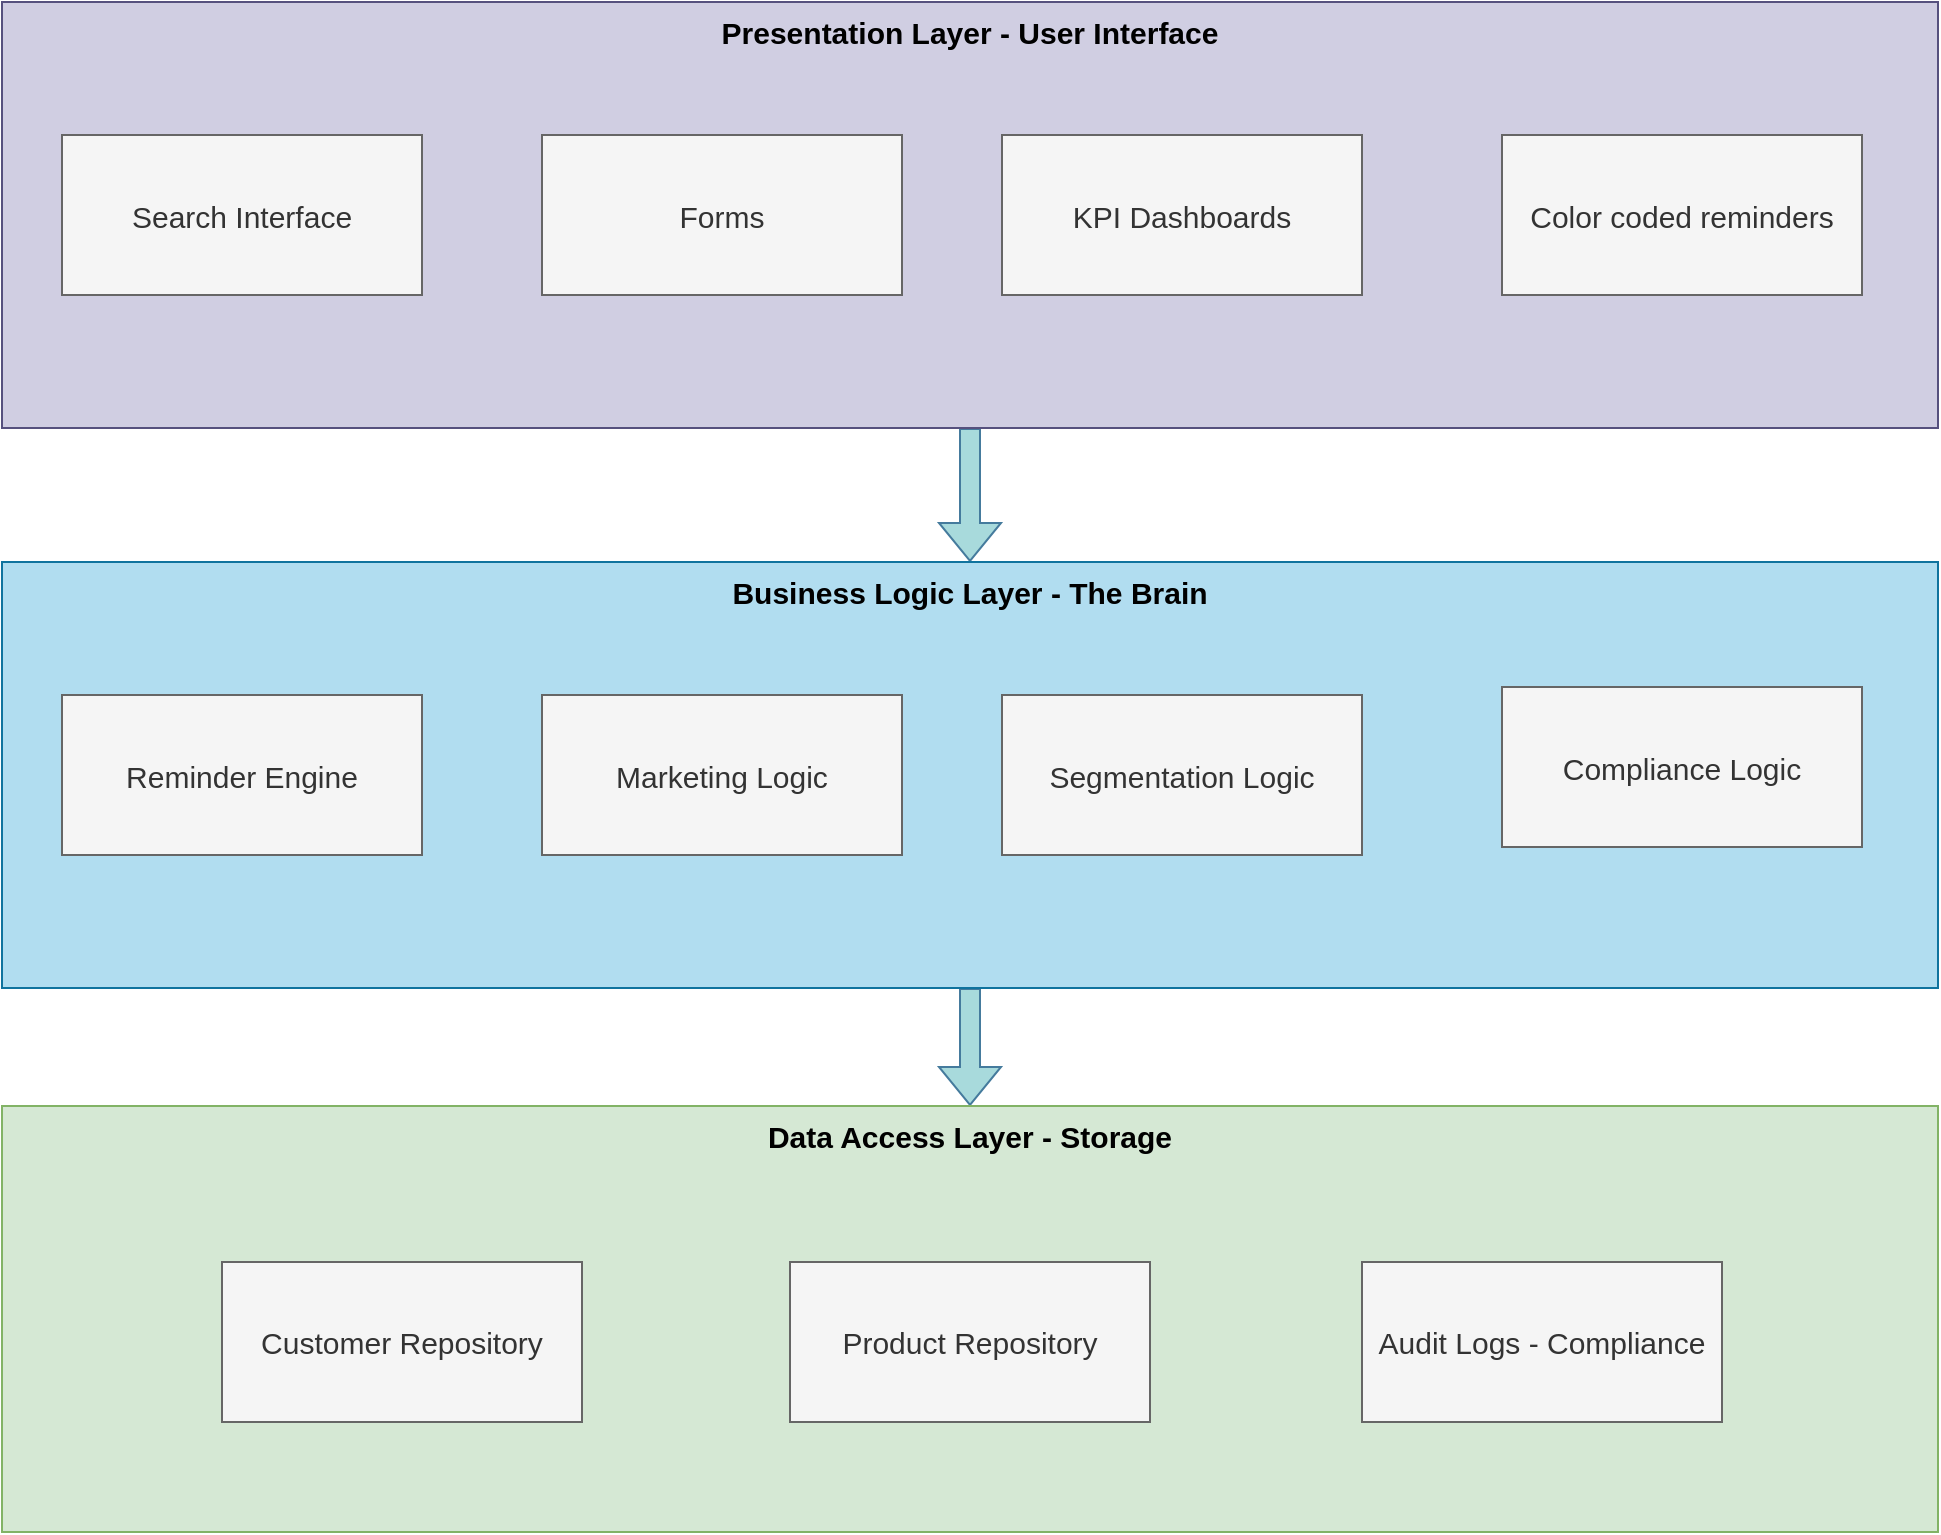
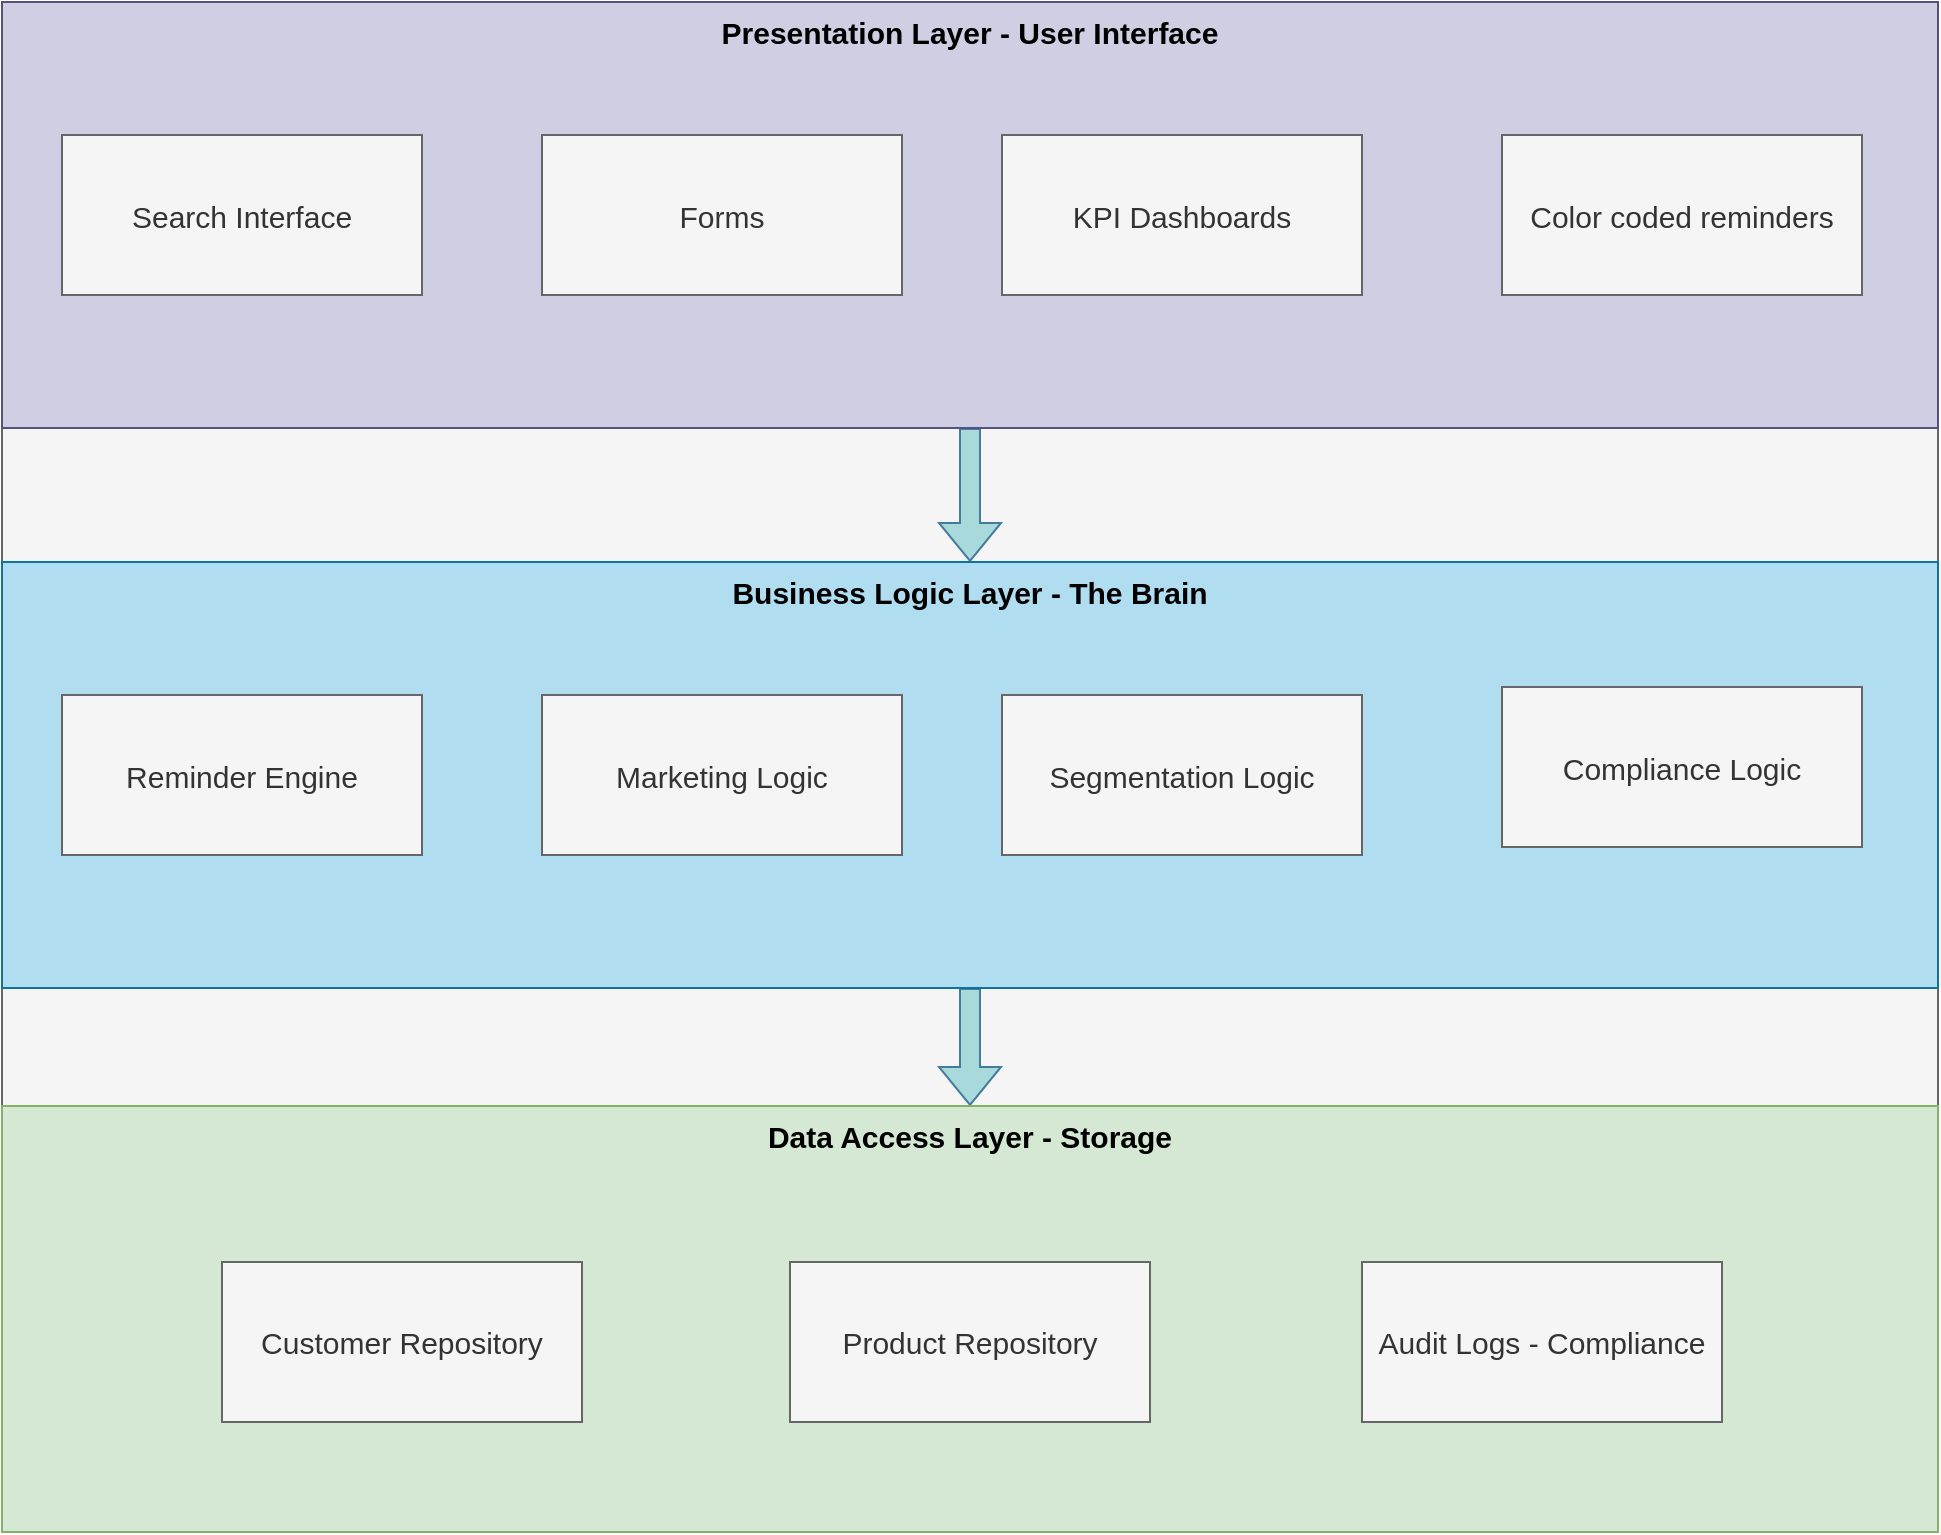
<mxfile host="app.diagrams.net">
  <diagram name="Page-1" id="rzQWO-UZ_i-Tf4SFNjvC">
    <mxGraphModel dx="2183" dy="1145" grid="0" gridSize="10" guides="1" tooltips="1" connect="1" arrows="1" fold="1" page="0" pageScale="1" pageWidth="850" pageHeight="1100" math="0" shadow="0">
      <root>
        <mxCell id="0" />
        <mxCell id="1" parent="0" />
-         <mxCell id="PBBCu93Tfc4GVCu-7nrd-8" connectable="0" parent="1" style="group" value="" vertex="1">
+         <mxCell id="PBBCu93Tfc4GVCu-7nrd-8" connectable="0" parent="1" style="group;fillColor=#f5f5f5;fontColor=#333333;strokeColor=#666666;" value="" vertex="1">
          <mxGeometry height="765" width="968" x="-120" y="120" as="geometry" />
        </mxCell>
        <mxCell id="PBBCu93Tfc4GVCu-7nrd-5" edge="1" parent="PBBCu93Tfc4GVCu-7nrd-8" source="PBBCu93Tfc4GVCu-7nrd-2" style="edgeStyle=orthogonalEdgeStyle;rounded=0;orthogonalLoop=1;jettySize=auto;html=1;exitX=0.5;exitY=1;exitDx=0;exitDy=0;entryX=0.5;entryY=0;entryDx=0;entryDy=0;strokeColor=#457B9D;fontColor=#1D3557;fillColor=#A8DADC;shape=flexArrow;" target="PBBCu93Tfc4GVCu-7nrd-3">
          <mxGeometry relative="1" as="geometry" />
        </mxCell>
        <mxCell id="PBBCu93Tfc4GVCu-7nrd-2" parent="PBBCu93Tfc4GVCu-7nrd-8" style="rounded=0;whiteSpace=wrap;html=1;strokeColor=#56517e;fillColor=#d0cee2;align=center;verticalAlign=top;" value="&lt;font style=&quot;font-size: 15px;&quot;&gt;&lt;b style=&quot;&quot;&gt;Presentation Layer - User Interface&lt;/b&gt;&lt;/font&gt;" vertex="1">
          <mxGeometry height="213" width="968" as="geometry" />
        </mxCell>
        <mxCell id="PBBCu93Tfc4GVCu-7nrd-6" edge="1" parent="PBBCu93Tfc4GVCu-7nrd-8" source="PBBCu93Tfc4GVCu-7nrd-3" style="edgeStyle=orthogonalEdgeStyle;rounded=0;orthogonalLoop=1;jettySize=auto;html=1;exitX=0.5;exitY=1;exitDx=0;exitDy=0;entryX=0.5;entryY=0;entryDx=0;entryDy=0;strokeColor=#457B9D;fontColor=#1D3557;fillColor=#A8DADC;shape=flexArrow;" target="PBBCu93Tfc4GVCu-7nrd-4">
          <mxGeometry relative="1" as="geometry" />
        </mxCell>
        <mxCell id="PBBCu93Tfc4GVCu-7nrd-3" parent="PBBCu93Tfc4GVCu-7nrd-8" style="rounded=0;whiteSpace=wrap;html=1;strokeColor=#10739e;fillColor=#b1ddf0;align=center;verticalAlign=top;" value="&lt;font style=&quot;font-size: 15px;&quot;&gt;&lt;b style=&quot;&quot;&gt;Business Logic Layer - The Brain&lt;/b&gt;&lt;/font&gt;" vertex="1">
          <mxGeometry height="213" width="968" y="280" as="geometry" />
        </mxCell>
        <mxCell id="PBBCu93Tfc4GVCu-7nrd-4" parent="PBBCu93Tfc4GVCu-7nrd-8" style="rounded=0;whiteSpace=wrap;html=1;strokeColor=#82b366;fillColor=#d5e8d4;align=center;verticalAlign=top;" value="&lt;font style=&quot;font-size: 15px;&quot;&gt;&lt;b style=&quot;&quot;&gt;Data Access Layer - Storage&lt;/b&gt;&lt;/font&gt;" vertex="1">
          <mxGeometry height="213" width="968" y="552" as="geometry" />
        </mxCell>
        <mxCell id="PBBCu93Tfc4GVCu-7nrd-7" parent="PBBCu93Tfc4GVCu-7nrd-8" style="rounded=0;whiteSpace=wrap;html=1;fillColor=#f5f5f5;fontColor=#333333;strokeColor=#666666;" value="&lt;font style=&quot;font-size: 15px;&quot;&gt;Search Interface&lt;/font&gt;" vertex="1">
          <mxGeometry height="80" width="180" x="30" y="66.5" as="geometry" />
        </mxCell>
        <mxCell id="PBBCu93Tfc4GVCu-7nrd-28" parent="PBBCu93Tfc4GVCu-7nrd-8" style="rounded=0;whiteSpace=wrap;html=1;fillColor=#f5f5f5;fontColor=#333333;strokeColor=#666666;" value="&lt;font style=&quot;font-size: 15px;&quot;&gt;Forms&lt;/font&gt;" vertex="1">
          <mxGeometry height="80" width="180" x="270" y="66.5" as="geometry" />
        </mxCell>
        <mxCell id="PBBCu93Tfc4GVCu-7nrd-29" parent="PBBCu93Tfc4GVCu-7nrd-8" style="rounded=0;whiteSpace=wrap;html=1;fillColor=#f5f5f5;fontColor=#333333;strokeColor=#666666;" value="&lt;font style=&quot;font-size: 15px;&quot;&gt;KPI Dashboards&lt;/font&gt;" vertex="1">
          <mxGeometry height="80" width="180" x="500" y="66.5" as="geometry" />
        </mxCell>
        <mxCell id="PBBCu93Tfc4GVCu-7nrd-30" parent="PBBCu93Tfc4GVCu-7nrd-8" style="rounded=0;whiteSpace=wrap;html=1;fillColor=#f5f5f5;fontColor=#333333;strokeColor=#666666;" value="&lt;font style=&quot;font-size: 15px;&quot;&gt;Color coded reminders&lt;/font&gt;" vertex="1">
          <mxGeometry height="80" width="180" x="750" y="66.5" as="geometry" />
        </mxCell>
        <mxCell id="PBBCu93Tfc4GVCu-7nrd-31" parent="PBBCu93Tfc4GVCu-7nrd-8" style="rounded=0;whiteSpace=wrap;html=1;fillColor=#f5f5f5;fontColor=#333333;strokeColor=#666666;" value="&lt;font style=&quot;font-size: 15px;&quot;&gt;Reminder Engine&lt;/font&gt;" vertex="1">
          <mxGeometry height="80" width="180" x="30" y="346.5" as="geometry" />
        </mxCell>
        <mxCell id="PBBCu93Tfc4GVCu-7nrd-32" parent="PBBCu93Tfc4GVCu-7nrd-8" style="rounded=0;whiteSpace=wrap;html=1;fillColor=#f5f5f5;fontColor=#333333;strokeColor=#666666;" value="&lt;font style=&quot;font-size: 15px;&quot;&gt;Marketing Logic&lt;/font&gt;" vertex="1">
          <mxGeometry height="80" width="180" x="270" y="346.5" as="geometry" />
        </mxCell>
        <mxCell id="PBBCu93Tfc4GVCu-7nrd-33" parent="PBBCu93Tfc4GVCu-7nrd-8" style="rounded=0;whiteSpace=wrap;html=1;fillColor=#f5f5f5;fontColor=#333333;strokeColor=#666666;" value="&lt;font style=&quot;font-size: 15px;&quot;&gt;Segmentation Logic&lt;/font&gt;" vertex="1">
          <mxGeometry height="80" width="180" x="500" y="346.5" as="geometry" />
        </mxCell>
        <mxCell id="PBBCu93Tfc4GVCu-7nrd-34" parent="PBBCu93Tfc4GVCu-7nrd-8" style="rounded=0;whiteSpace=wrap;html=1;fillColor=#f5f5f5;fontColor=#333333;strokeColor=#666666;" value="&lt;span style=&quot;font-size: 15px;&quot;&gt;Compliance Logic&lt;/span&gt;" vertex="1">
          <mxGeometry height="80" width="180" x="750" y="342.5" as="geometry" />
        </mxCell>
        <mxCell id="PBBCu93Tfc4GVCu-7nrd-35" parent="PBBCu93Tfc4GVCu-7nrd-8" style="rounded=0;whiteSpace=wrap;html=1;fillColor=#f5f5f5;fontColor=#333333;strokeColor=#666666;" value="&lt;font style=&quot;font-size: 15px;&quot;&gt;Product Repository&lt;/font&gt;" vertex="1">
          <mxGeometry height="80" width="180" x="394" y="630" as="geometry" />
        </mxCell>
        <mxCell id="PBBCu93Tfc4GVCu-7nrd-36" parent="PBBCu93Tfc4GVCu-7nrd-8" style="rounded=0;whiteSpace=wrap;html=1;fillColor=#f5f5f5;fontColor=#333333;strokeColor=#666666;" value="&lt;font style=&quot;font-size: 15px;&quot;&gt;Customer Repository&lt;/font&gt;" vertex="1">
          <mxGeometry height="80" width="180" x="110" y="630" as="geometry" />
        </mxCell>
        <mxCell id="PBBCu93Tfc4GVCu-7nrd-37" parent="PBBCu93Tfc4GVCu-7nrd-8" style="rounded=0;whiteSpace=wrap;html=1;fillColor=#f5f5f5;fontColor=#333333;strokeColor=#666666;" value="&lt;span style=&quot;font-size: 15px;&quot;&gt;Audit Logs - Compliance&lt;/span&gt;" vertex="1">
          <mxGeometry height="80" width="180" x="680" y="630" as="geometry" />
        </mxCell>
      </root>
    </mxGraphModel>
  </diagram>
</mxfile>
